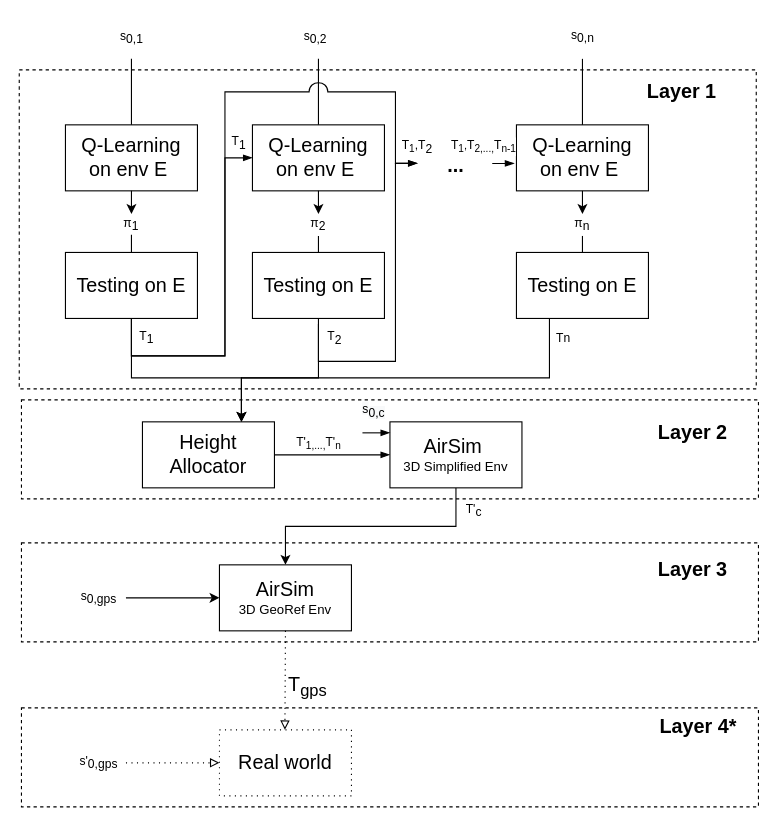
The draw.io diagram docs/schemas/Architecture.drawio in GiuppoUni/MALRL, before the edit. Source tidied: cells renumbered, new cells numbered last; positions are measured from the earlier drawing's top-left corner, leaving out a move shared by most shapes. Both pictures are drawn from the tidied source at 110%, with x=0, y=0 at pixel (19, 25).
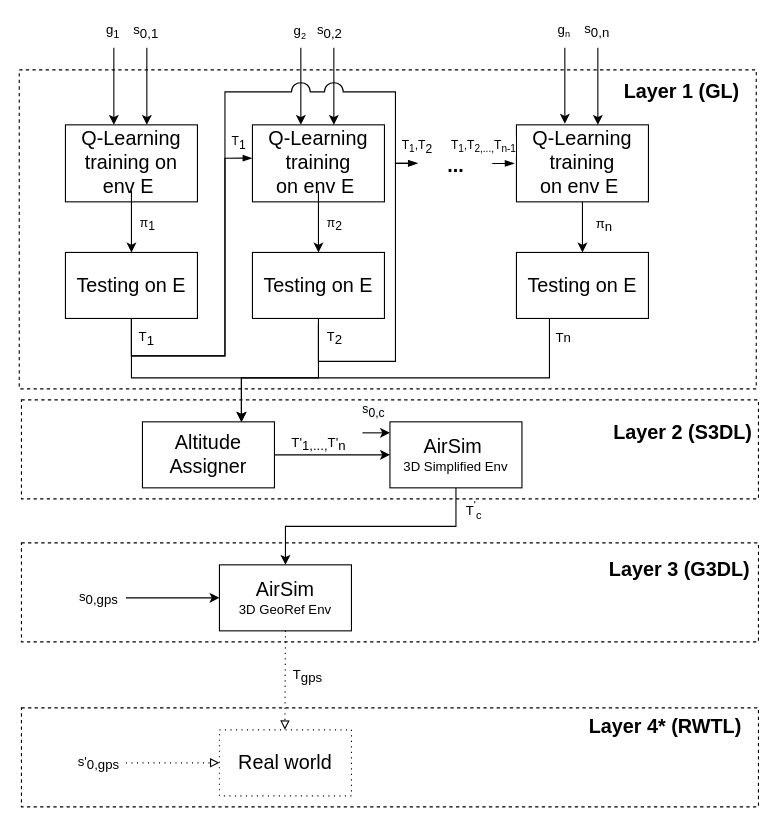
After the change.

The change refers to these unchanged cells:
```xml
<mxCell id="17" style="edgeStyle=orthogonalEdgeStyle;rounded=0;jettySize=auto;html=1;exitX=0.5;exitY=1;exitDx=0;exitDy=0;entryX=0.5;entryY=0;entryDx=0;entryDy=0;startArrow=none;startFill=0;" parent="1" edge="1" source="50" target="35">
  <mxGeometry relative="1" as="geometry" />
</mxCell>
<mxCell id="25" value="&lt;span style=&quot;font-size: 18px&quot;&gt;Testing on E&lt;/span&gt;" style="rounded=0;whiteSpace=wrap;html=1;" parent="1" vertex="1">
  <mxGeometry x="42" y="206" width="120" height="60" as="geometry" />
</mxCell>
<mxCell id="28" value="&lt;span style=&quot;font-size: 18px&quot;&gt;Testing on E&lt;/span&gt;" style="rounded=0;whiteSpace=wrap;html=1;" parent="1" vertex="1">
  <mxGeometry x="212" y="206" width="120" height="60" as="geometry" />
</mxCell>
<mxCell id="30" value="&lt;span style=&quot;font-size: 18px&quot;&gt;Testing on E&lt;/span&gt;" style="rounded=0;whiteSpace=wrap;html=1;" parent="1" vertex="1">
  <mxGeometry x="452" y="206" width="120" height="60" as="geometry" />
</mxCell>
<mxCell id="42" style="edgeStyle=orthogonalEdgeStyle;rounded=0;jettySize=auto;html=1;exitX=0.5;exitY=1;exitDx=0;exitDy=0;entryX=0.5;entryY=0;entryDx=0;entryDy=0;startArrow=none;startFill=0;dashed=1;dashPattern=1 4;endArrow=block;endFill=0;" parent="1" edge="1" source="35">
  <mxGeometry relative="1" as="geometry">
    <mxPoint x="241.5" y="640" as="targetPoint" />
  </mxGeometry>
</mxCell>
<mxCell id="50" value="&lt;span style=&quot;font-size: 18px&quot;&gt;AirSim&amp;nbsp;&lt;br&gt;&lt;/span&gt;3D Simplified Env" style="rounded=0;whiteSpace=wrap;html=1;" parent="1" vertex="1">
  <mxGeometry x="337" y="360" width="120" height="60" as="geometry" />
</mxCell>
<mxCell id="51" value="&lt;font style=&quot;font-size: 11px;&quot;&gt;T&lt;sub style=&quot;font-size: 11px;&quot;&gt;1&lt;/sub&gt;&lt;/font&gt;" style="text;html=1;align=center;verticalAlign=middle;whiteSpace=wrap;rounded=0;dashed=1;fontSize=11;" parent="1" vertex="1">
  <mxGeometry x="185" y="97" width="30" height="20" as="geometry" />
</mxCell>
```

The edit, as a diff of the source:
```diff
@@
+    <mxCell id="59" style="rounded=0;whiteSpace=wrap;html=1;dashed=1;fillColor=none;" parent="1" vertex="1">
+      <mxGeometry y="40" width="670" height="290" as="geometry" />
+    </mxCell>
+    <mxCell id="60" style="endArrow=none;html=1;startArrow=classic;startFill=1;endFill=0;endSize=26;" parent="1" edge="1">
+      <mxGeometry relative="1" as="geometry">
+        <mxPoint x="256" y="90" as="sourcePoint" />
+        <mxPoint x="256" y="20" as="targetPoint" />
+      </mxGeometry>
+    </mxCell>
+    <mxCell id="44" style="rounded=0;whiteSpace=wrap;html=1;dashed=1;fillColor=none;" parent="1" vertex="1">
+      <mxGeometry x="2" y="620" width="670" height="90" as="geometry" />
+    </mxCell>
+    <mxCell id="57" style="rounded=0;whiteSpace=wrap;html=1;dashed=1;fillColor=none;" parent="1" vertex="1">
+      <mxGeometry x="2" y="470" width="670" height="90" as="geometry" />
+    </mxCell>
+    <mxCell id="58" style="rounded=0;whiteSpace=wrap;html=1;dashed=1;fillColor=none;" parent="1" vertex="1">
+      <mxGeometry x="2" y="340" width="670" height="90" as="geometry" />
+    </mxCell>
-    <mxCell id="2" value="&lt;font style=&quot;font-size: 18px&quot;&gt;Q-Learning &lt;br&gt;on env E&amp;nbsp;&lt;/font&gt;" style="rounded=0;whiteSpace=wrap;html=1;" parent="1" vertex="1">
-      <mxGeometry x="42" y="90" width="120" height="60" as="geometry" />
+    <mxCell id="2" value="&lt;font style=&quot;font-size: 18px&quot;&gt;Q-Learning &lt;br&gt;training on env E&amp;nbsp;&lt;/font&gt;" style="rounded=0;whiteSpace=wrap;html=1;" parent="1" vertex="1">
+      <mxGeometry x="42" y="90" width="120" height="70" as="geometry" />
     </mxCell>
-    <mxCell id="3" style="endArrow=none;html=1;" parent="1" edge="1">
+    <mxCell id="3" style="endArrow=none;html=1;startArrow=classic;startFill=1;endFill=0;endSize=26;" parent="1" edge="1">
       <mxGeometry relative="1" as="geometry">
-        <mxPoint x="102" y="90" as="sourcePoint" />
-        <mxPoint x="102" y="30" as="targetPoint" />
+        <mxPoint x="116" y="90" as="sourcePoint" />
+        <mxPoint x="116" y="20" as="targetPoint" />
       </mxGeometry>
     </mxCell>
-    <mxCell id="4" style="endArrow=classic;html=1;" parent="1" edge="1" target="10">
+    <mxCell id="4" style="endArrow=classic;html=1;entryX=0.5;entryY=0;entryDx=0;entryDy=0;endFill=1;" parent="1" edge="1" target="25">
       <mxGeometry relative="1" as="geometry">
         <mxPoint x="102" y="150" as="sourcePoint" />
       </mxGeometry>
     </mxCell>
-    <mxCell id="5" value="&lt;span style=&quot;font-size: 11px;&quot;&gt;s&lt;sub style=&quot;font-size: 11px;&quot;&gt;0,1&lt;/sub&gt;&lt;/span&gt;" style="text;html=1;align=center;verticalAlign=middle;fontSize=11;" parent="1" vertex="1">
-      <mxGeometry x="82" y="1" width="40" height="20" as="geometry" />
+    <mxCell id="5" value="&lt;span style=&quot;font-size: 12px;&quot;&gt;s&lt;sub style=&quot;font-size: 12px;&quot;&gt;0,1&lt;/sub&gt;&lt;/span&gt;" style="text;html=1;align=center;verticalAlign=middle;fontSize=12;" parent="1" vertex="1">
+      <mxGeometry x="95" y="-5" width="40" height="20" as="geometry" />
     </mxCell>
+    <mxCell id="61" style="edgeStyle=orthogonalEdgeStyle;rounded=0;jettySize=auto;html=1;startArrow=none;startFill=0;fontSize=12;endArrow=classic;endFill=1;" parent="1" edge="1" source="6" target="30">
+      <mxGeometry relative="1" as="geometry" />
+    </mxCell>
-    <mxCell id="6" value="&lt;font style=&quot;font-size: 18px&quot;&gt;Q-Learning &lt;br&gt;on env E&amp;nbsp;&lt;/font&gt;" style="rounded=0;whiteSpace=wrap;html=1;" parent="1" vertex="1">
-      <mxGeometry x="452" y="90" width="120" height="60" as="geometry" />
+    <mxCell id="6" value="&lt;font style=&quot;font-size: 18px&quot;&gt;Q-Learning training&lt;br&gt;on env E&amp;nbsp;&lt;/font&gt;" style="rounded=0;whiteSpace=wrap;html=1;" parent="1" vertex="1">
+      <mxGeometry x="452" y="90" width="120" height="70" as="geometry" />
     </mxCell>
-    <mxCell id="7" style="endArrow=none;html=1;" parent="1" edge="1">
+    <mxCell id="7" style="endArrow=none;html=1;startArrow=classic;startFill=1;endFill=0;endSize=26;" parent="1" edge="1">
       <mxGeometry relative="1" as="geometry">
-        <mxPoint x="512" y="90" as="sourcePoint" />
-        <mxPoint x="512" y="30" as="targetPoint" />
+        <mxPoint x="526" y="90" as="sourcePoint" />
+        <mxPoint x="526" y="20" as="targetPoint" />
       </mxGeometry>
     </mxCell>
@@
-    <mxCell id="9" value="&lt;span style=&quot;font-size: 11px;&quot;&gt;s&lt;sub style=&quot;font-size: 11px;&quot;&gt;0,n&lt;/sub&gt;&lt;/span&gt;" style="text;html=1;align=center;verticalAlign=middle;fontSize=11;" parent="1" vertex="1">
-      <mxGeometry x="492" width="40" height="20" as="geometry" />
+    <mxCell id="9" value="&lt;span style=&quot;font-size: 12px;&quot;&gt;s&lt;sub style=&quot;font-size: 12px;&quot;&gt;0,n&lt;/sub&gt;&lt;/span&gt;" style="text;html=1;align=center;verticalAlign=middle;fontSize=12;" parent="1" vertex="1">
+      <mxGeometry x="505" y="-6" width="40" height="20" as="geometry" />
     </mxCell>
     <mxCell id="10" value="&lt;span style=&quot;font-size: 11px; background-color: rgb(255, 255, 255);&quot;&gt;π&lt;sub style=&quot;font-size: 11px;&quot;&gt;1&lt;/sub&gt;&lt;/span&gt;" style="text;html=1;strokeColor=none;fillColor=none;align=center;verticalAlign=middle;whiteSpace=wrap;rounded=0;fontSize=11;" parent="1" vertex="1">
-      <mxGeometry x="82" y="171" width="40" height="20" as="geometry" />
+      <mxGeometry x="97" y="171" width="40" height="20" as="geometry" />
     </mxCell>
-    <mxCell id="11" value="&lt;font style=&quot;font-size: 18px&quot;&gt;Q-Learning &lt;br&gt;on env E&amp;nbsp;&lt;/font&gt;" style="rounded=0;whiteSpace=wrap;html=1;" parent="1" vertex="1">
-      <mxGeometry x="212" y="90" width="120" height="60" as="geometry" />
+    <mxCell id="11" value="&lt;font style=&quot;font-size: 18px&quot;&gt;Q-Learning training&lt;br&gt;on env E&amp;nbsp;&lt;/font&gt;" style="rounded=0;whiteSpace=wrap;html=1;" parent="1" vertex="1">
+      <mxGeometry x="212" y="90" width="120" height="70" as="geometry" />
     </mxCell>
-    <mxCell id="12" style="endArrow=none;html=1;entryX=0.5;entryY=1.133;entryDx=0;entryDy=0;entryPerimeter=0;" parent="1" edge="1">
+    <mxCell id="12" style="endArrow=none;html=1;startArrow=classic;startFill=1;endFill=0;endSize=26;" parent="1" edge="1">
       <mxGeometry relative="1" as="geometry">
-        <mxPoint x="272" y="90" as="sourcePoint" />
-        <mxPoint x="272" y="30" as="targetPoint" />
+        <mxPoint x="286" y="90" as="sourcePoint" />
+        <mxPoint x="286" y="20" as="targetPoint" />
       </mxGeometry>
     </mxCell>
-    <mxCell id="13" style="endArrow=classic;html=1;entryX=0.5;entryY=0;entryDx=0;entryDy=0;" parent="1" edge="1" target="15">
+    <mxCell id="13" style="endArrow=classic;html=1;endFill=1;" parent="1" edge="1" target="28">
       <mxGeometry relative="1" as="geometry">
         <mxPoint x="272" y="150" as="sourcePoint" />
       </mxGeometry>
     </mxCell>
-    <mxCell id="14" value="&lt;span style=&quot;font-size: 11px;&quot;&gt;s&lt;sub style=&quot;font-size: 11px;&quot;&gt;0,2&lt;/sub&gt;&lt;/span&gt;" style="text;html=1;align=center;verticalAlign=middle;fontSize=11;" parent="1" vertex="1">
-      <mxGeometry x="249" y="1" width="40" height="20" as="geometry" />
+    <mxCell id="14" value="&lt;span style=&quot;font-size: 12px;&quot;&gt;s&lt;sub style=&quot;font-size: 12px;&quot;&gt;0,2&lt;/sub&gt;&lt;/span&gt;" style="text;html=1;align=center;verticalAlign=middle;fontSize=12;" parent="1" vertex="1">
+      <mxGeometry x="262" y="-5" width="40" height="20" as="geometry" />
     </mxCell>
     <mxCell id="15" value="&lt;span style=&quot;font-size: 11px; background-color: rgb(255, 255, 255);&quot;&gt;π&lt;/span&gt;&lt;span style=&quot;background-color: rgb(255, 255, 255); font-size: 11px;&quot;&gt;&lt;sub style=&quot;font-size: 11px;&quot;&gt;2&lt;/sub&gt;&lt;/span&gt;" style="text;html=1;strokeColor=none;fillColor=none;align=center;verticalAlign=middle;whiteSpace=wrap;rounded=0;fontSize=11;" parent="1" vertex="1">
-      <mxGeometry x="252" y="171" width="40" height="20" as="geometry" />
+      <mxGeometry x="267" y="171" width="40" height="20" as="geometry" />
     </mxCell>
-    <mxCell id="16" value="&lt;font style=&quot;font-size: 18px&quot;&gt;&lt;b&gt;Layer 1&lt;/b&gt;&lt;/font&gt;" style="text;html=1;align=center;verticalAlign=middle;" parent="1" vertex="1">
-      <mxGeometry x="562" y="50" width="80" height="20" as="geometry" />
+    <mxCell id="16" value="&lt;font style=&quot;font-size: 18px&quot;&gt;&lt;b&gt;Layer 1 (GL)&lt;/b&gt;&lt;/font&gt;" style="text;html=1;align=center;verticalAlign=middle;" parent="1" vertex="1">
+      <mxGeometry x="542" y="50" width="120" height="20" as="geometry" />
     </mxCell>
@@
-    <mxCell id="18" value="&lt;font style=&quot;font-size: 11px;&quot;&gt;T'&lt;sub style=&quot;font-size: 11px;&quot;&gt;c&lt;/sub&gt;&lt;/font&gt;" style="edgeLabel;html=1;align=center;verticalAlign=middle;labelBackgroundColor=none;fontSize=11;" parent="17" vertex="1">
+    <mxCell id="18" value="T&lt;sup&gt;'&lt;/sup&gt;&lt;sub&gt;c&lt;/sub&gt;" style="edgeLabel;html=1;align=center;verticalAlign=middle;labelBackgroundColor=none;fontSize=12;" parent="17" vertex="1">
       <mxGeometry x="-0.26" y="5" relative="1" as="geometry">
         <mxPoint x="63.4" y="-20" as="offset" />
       </mxGeometry>
     </mxCell>
-    <mxCell id="19" value="T'&lt;sub&gt;1,...,&lt;/sub&gt;T'&lt;sub&gt;n&lt;/sub&gt;" style="edgeStyle=orthogonalEdgeStyle;rounded=0;jumpStyle=arc;jumpSize=17;jettySize=auto;html=1;exitX=1;exitY=0.5;exitDx=0;exitDy=0;endArrow=blockThin;endFill=1;fontColor=#000000;entryX=0;entryY=0.5;entryDx=0;entryDy=0;" parent="1" edge="1" source="20" target="50">
+    <mxCell id="19" value="T'&lt;sub style=&quot;font-size: 12px;&quot;&gt;1,...,&lt;/sub&gt;T'&lt;sub style=&quot;font-size: 12px;&quot;&gt;n&lt;/sub&gt;" style="edgeStyle=orthogonalEdgeStyle;rounded=0;jumpStyle=arc;jumpSize=17;jettySize=auto;html=1;exitX=1;exitY=0.5;exitDx=0;exitDy=0;endArrow=classic;endFill=1;fontColor=#000000;entryX=0;entryY=0.5;entryDx=0;entryDy=0;fontSize=12;" parent="1" edge="1" source="20" target="50">
       <mxGeometry x="-0.24" y="10" relative="1" as="geometry" />
     </mxCell>
-    <mxCell id="20" value="&lt;span style=&quot;font-size: 18px&quot;&gt;Height Allocator&lt;/span&gt;" style="rounded=0;whiteSpace=wrap;html=1;" parent="1" vertex="1">
+    <mxCell id="20" value="&lt;span style=&quot;font-size: 18px&quot;&gt;Altitude Assigner&lt;/span&gt;" style="rounded=0;whiteSpace=wrap;html=1;" parent="1" vertex="1">
       <mxGeometry x="112" y="360" width="120" height="60" as="geometry" />
     </mxCell>
-    <mxCell id="21" style="endArrow=classic;html=1;" parent="1" edge="1" target="22">
-      <mxGeometry relative="1" as="geometry">
-        <mxPoint x="512" y="150" as="sourcePoint" />
-      </mxGeometry>
-    </mxCell>
-    <mxCell id="22" value="&lt;span style=&quot;font-size: 11px; background-color: rgb(255, 255, 255);&quot;&gt;π&lt;sub style=&quot;font-size: 11px;&quot;&gt;n&lt;/sub&gt;&lt;/span&gt;" style="text;html=1;strokeColor=none;fillColor=none;align=center;verticalAlign=middle;whiteSpace=wrap;rounded=0;fontSize=11;" parent="1" vertex="1">
-      <mxGeometry x="492" y="171" width="40" height="20" as="geometry" />
+    <mxCell id="22" value="&lt;span style=&quot;font-size: 12px; background-color: rgb(255, 255, 255);&quot;&gt;π&lt;sub style=&quot;font-size: 12px;&quot;&gt;n&lt;/sub&gt;&lt;/span&gt;" style="text;html=1;strokeColor=none;fillColor=none;align=center;verticalAlign=middle;whiteSpace=wrap;rounded=0;fontSize=12;" parent="1" vertex="1">
+      <mxGeometry x="512" y="171" width="40" height="20" as="geometry" />
     </mxCell>
-    <mxCell id="23" style="edgeStyle=orthogonalEdgeStyle;rounded=0;jettySize=auto;html=1;exitX=0.5;exitY=1;exitDx=0;exitDy=0;entryX=0;entryY=0.5;entryDx=0;entryDy=0;endArrow=blockThin;endFill=1;" parent="1" edge="1" source="25" target="11">
+    <mxCell id="23" style="edgeStyle=orthogonalEdgeStyle;rounded=0;jettySize=auto;html=1;exitX=0.5;exitY=1;exitDx=0;exitDy=0;entryX=0.889;entryY=1.164;entryDx=0;entryDy=0;endArrow=blockThin;endFill=1;entryPerimeter=0;" parent="1" edge="1" source="25" target="51">
       <mxGeometry relative="1" as="geometry">
         <Array as="points">
           <mxPoint x="102" y="300" />
           <mxPoint x="187" y="300" />
           <mxPoint x="187" y="120" />
         </Array>
       </mxGeometry>
     </mxCell>
@@
-    <mxCell id="31" style="endArrow=none;html=1;exitX=0.5;exitY=0;exitDx=0;exitDy=0;" parent="1" edge="1" source="25">
-      <mxGeometry relative="1" as="geometry">
-        <mxPoint x="102" y="190" as="targetPoint" />
-      </mxGeometry>
-    </mxCell>
-    <mxCell id="32" style="endArrow=none;html=1;exitX=0.5;exitY=0;exitDx=0;exitDy=0;" parent="1" edge="1" source="28">
-      <mxGeometry relative="1" as="geometry">
-        <mxPoint x="272" y="191" as="targetPoint" />
-      </mxGeometry>
-    </mxCell>
-    <mxCell id="33" style="endArrow=none;html=1;entryX=0.5;entryY=1;entryDx=0;entryDy=0;exitX=0.5;exitY=0;exitDx=0;exitDy=0;" parent="1" edge="1" source="30" target="22">
-      <mxGeometry relative="1" as="geometry" />
-    </mxCell>
@@
-    <mxCell id="37" value="&lt;span style=&quot;font-size: 11px;&quot;&gt;s&lt;sub style=&quot;font-size: 11px;&quot;&gt;0,gps&lt;/sub&gt;&lt;/span&gt;" style="text;html=1;align=center;verticalAlign=middle;points=[];fontSize=11;" parent="1" vertex="1">
+    <mxCell id="37" value="&lt;span style=&quot;font-size: 12px;&quot;&gt;s&lt;sub style=&quot;font-size: 12px;&quot;&gt;0,gps&lt;/sub&gt;&lt;/span&gt;" style="text;html=1;align=center;verticalAlign=middle;points=[];fontSize=12;" parent="1" vertex="1">
       <mxGeometry x="47" y="510" width="50" height="20" as="geometry" />
     </mxCell>
-    <mxCell id="38" value="&lt;font style=&quot;font-size: 11px;&quot;&gt;T&lt;/font&gt;&lt;font style=&quot;font-size: 11px;&quot;&gt;n&lt;/font&gt;" style="text;html=1;align=center;verticalAlign=middle;whiteSpace=wrap;rounded=0;dashed=1;fontSize=11;" parent="1" vertex="1">
+    <mxCell id="38" value="&lt;font style=&quot;font-size: 12px;&quot;&gt;T&lt;/font&gt;&lt;font style=&quot;font-size: 12px;&quot;&gt;n&lt;/font&gt;" style="text;html=1;align=center;verticalAlign=middle;whiteSpace=wrap;rounded=0;dashed=1;fontSize=12;" parent="1" vertex="1">
       <mxGeometry x="475" y="274" width="40" height="20" as="geometry" />
     </mxCell>
@@
-    <mxCell id="41" value="&lt;span style=&quot;font-size: 11px;&quot;&gt;s'&lt;sub style=&quot;font-size: 11px;&quot;&gt;0,gps&lt;/sub&gt;&lt;/span&gt;" style="text;html=1;align=center;verticalAlign=middle;points=[];dashed=1;fontSize=11;" parent="1" vertex="1">
+    <mxCell id="41" value="&lt;span style=&quot;font-size: 12px;&quot;&gt;s'&lt;sub style=&quot;font-size: 12px;&quot;&gt;0,gps&lt;/sub&gt;&lt;/span&gt;" style="text;html=1;align=center;verticalAlign=middle;points=[];dashed=1;fontSize=12;" parent="1" vertex="1">
       <mxGeometry x="47" y="660" width="50" height="20" as="geometry" />
     </mxCell>
@@
-    <mxCell id="43" value="&lt;span style=&quot;font-size: 18px&quot;&gt;T&lt;sub&gt;gps&lt;/sub&gt;&lt;/span&gt;" style="edgeLabel;html=1;align=center;verticalAlign=middle;labelBackgroundColor=none;" parent="42" vertex="1">
+    <mxCell id="43" value="&lt;span style=&quot;font-size: 12px&quot;&gt;T&lt;sub style=&quot;font-size: 12px&quot;&gt;gps&lt;/sub&gt;&lt;/span&gt;" style="edgeLabel;html=1;align=center;verticalAlign=middle;labelBackgroundColor=none;fontSize=12;" parent="42" vertex="1">
       <mxGeometry x="-0.26" y="5" relative="1" as="geometry">
-        <mxPoint x="15" y="17" as="offset" />
+        <mxPoint x="15" y="7" as="offset" />
       </mxGeometry>
     </mxCell>
-    <mxCell id="44" style="rounded=0;whiteSpace=wrap;html=1;dashed=1;fillColor=none;" parent="1" vertex="1">
-      <mxGeometry x="2" y="620" width="670" height="90" as="geometry" />
-    </mxCell>
-    <mxCell id="45" value="&lt;font style=&quot;font-size: 18px&quot;&gt;&lt;b&gt;Layer 2&lt;/b&gt;&lt;/font&gt;" style="text;html=1;align=center;verticalAlign=middle;" parent="1" vertex="1">
-      <mxGeometry x="572" y="360" width="80" height="20" as="geometry" />
+    <mxCell id="45" value="&lt;font style=&quot;font-size: 18px&quot;&gt;&lt;b&gt;Layer 2 (S3DL)&lt;/b&gt;&lt;/font&gt;" style="text;html=1;align=center;verticalAlign=middle;" parent="1" vertex="1">
+      <mxGeometry x="533" y="360" width="140" height="20" as="geometry" />
     </mxCell>
-    <mxCell id="46" value="&lt;font style=&quot;font-size: 18px&quot;&gt;&lt;b&gt;Layer 3&lt;/b&gt;&lt;/font&gt;" style="text;html=1;align=center;verticalAlign=middle;" parent="1" vertex="1">
-      <mxGeometry x="572" y="485" width="80" height="20" as="geometry" />
+    <mxCell id="46" value="&lt;font style=&quot;font-size: 18px&quot;&gt;&lt;b&gt;Layer 3 (G3DL)&lt;/b&gt;&lt;/font&gt;" style="text;html=1;align=center;verticalAlign=middle;" parent="1" vertex="1">
+      <mxGeometry x="530" y="485" width="140" height="20" as="geometry" />
     </mxCell>
-    <mxCell id="47" value="&lt;font style=&quot;font-size: 18px&quot;&gt;&lt;b&gt;Layer 4*&lt;/b&gt;&lt;/font&gt;" style="text;html=1;align=center;verticalAlign=middle;" parent="1" vertex="1">
-      <mxGeometry x="572" y="627" width="90" height="20" as="geometry" />
+    <mxCell id="47" value="&lt;font style=&quot;font-size: 18px&quot;&gt;&lt;b&gt;Layer 4* (RWTL)&lt;/b&gt;&lt;/font&gt;" style="text;html=1;align=center;verticalAlign=middle;" parent="1" vertex="1">
+      <mxGeometry x="512" y="627" width="150" height="20" as="geometry" />
     </mxCell>
@@
-    <mxCell id="53" value="&lt;font style=&quot;font-size: 11px;&quot;&gt;T&lt;sub style=&quot;font-size: 11px;&quot;&gt;1&lt;/sub&gt;&lt;/font&gt;" style="text;html=1;align=center;verticalAlign=middle;whiteSpace=wrap;rounded=0;dashed=1;fontSize=11;" parent="1" vertex="1">
+    <mxCell id="53" value="&lt;font style=&quot;font-size: 12px;&quot;&gt;T&lt;sub style=&quot;font-size: 12px;&quot;&gt;1&lt;/sub&gt;&lt;/font&gt;" style="text;html=1;align=center;verticalAlign=middle;whiteSpace=wrap;rounded=0;dashed=1;fontSize=12;" parent="1" vertex="1">
       <mxGeometry x="96" y="274" width="40" height="20" as="geometry" />
     </mxCell>
-    <mxCell id="54" value="&lt;font style=&quot;font-size: 11px;&quot;&gt;&lt;span style=&quot;background-color: rgb(255, 255, 255); font-size: 11px;&quot;&gt;T&lt;/span&gt;&lt;sub style=&quot;background-color: rgb(255, 255, 255); font-size: 11px;&quot;&gt;2&lt;/sub&gt;&lt;/font&gt;" style="text;html=1;strokeColor=none;fillColor=none;align=center;verticalAlign=middle;whiteSpace=wrap;rounded=0;dashed=1;fontSize=11;" parent="1" vertex="1">
+    <mxCell id="54" value="&lt;font style=&quot;font-size: 12px;&quot;&gt;&lt;span style=&quot;background-color: rgb(255, 255, 255); font-size: 12px;&quot;&gt;T&lt;/span&gt;&lt;sub style=&quot;background-color: rgb(255, 255, 255); font-size: 12px;&quot;&gt;2&lt;/sub&gt;&lt;/font&gt;" style="text;html=1;strokeColor=none;fillColor=none;align=center;verticalAlign=middle;whiteSpace=wrap;rounded=0;dashed=1;fontSize=12;" parent="1" vertex="1">
       <mxGeometry x="267" y="274" width="40" height="20" as="geometry" />
     </mxCell>
@@
-    <mxCell id="56" value="&lt;span style=&quot;background-color: rgb(248 , 249 , 250)&quot;&gt;s&lt;/span&gt;&lt;sub style=&quot;background-color: rgb(248 , 249 , 250) ; font-size: 11px&quot;&gt;0,c&lt;/sub&gt;" style="edgeStyle=orthogonalEdgeStyle;rounded=0;jumpStyle=arc;jumpSize=17;orthogonalLoop=1;jettySize=auto;html=1;endArrow=blockThin;endFill=1;fontColor=#000000;entryX=0;entryY=0.5;entryDx=0;entryDy=0;" parent="1" edge="1">
+    <mxCell id="56" value="&lt;span style=&quot;background-color: rgb(248 , 249 , 250)&quot;&gt;s&lt;/span&gt;&lt;sub style=&quot;background-color: rgb(248 , 249 , 250) ; font-size: 11px&quot;&gt;0,c&lt;/sub&gt;" style="edgeStyle=orthogonalEdgeStyle;rounded=0;jumpStyle=arc;jumpSize=17;orthogonalLoop=1;jettySize=auto;html=1;endArrow=classic;endFill=1;fontColor=#000000;entryX=0;entryY=0.5;entryDx=0;entryDy=0;" parent="1" edge="1">
       <mxGeometry x="-0.2" y="20" relative="1" as="geometry">
         <mxPoint x="312" y="370" as="sourcePoint" />
         <mxPoint x="337" y="370" as="targetPoint" />
       </mxGeometry>
     </mxCell>
-    <mxCell id="57" style="rounded=0;whiteSpace=wrap;html=1;dashed=1;fillColor=none;" parent="1" vertex="1">
-      <mxGeometry x="2" y="470" width="670" height="90" as="geometry" />
-    </mxCell>
-    <mxCell id="58" style="rounded=0;whiteSpace=wrap;html=1;dashed=1;fillColor=none;" parent="1" vertex="1">
-      <mxGeometry x="2" y="340" width="670" height="90" as="geometry" />
-    </mxCell>
-    <mxCell id="59" style="rounded=0;whiteSpace=wrap;html=1;dashed=1;fillColor=none;" parent="1" vertex="1">
-      <mxGeometry y="40" width="670" height="290" as="geometry" />
-    </mxCell>
+    <mxCell id="62" style="endArrow=none;html=1;startArrow=classic;startFill=1;endFill=0;endSize=26;" parent="1" edge="1">
+      <mxGeometry relative="1" as="geometry">
+        <mxPoint x="86" y="90" as="sourcePoint" />
+        <mxPoint x="86" y="20" as="targetPoint" />
+      </mxGeometry>
+    </mxCell>
+    <mxCell id="63" value="g&lt;sub&gt;1&lt;/sub&gt;" style="text;html=1;align=center;verticalAlign=middle;fontSize=12;" parent="1" vertex="1">
+      <mxGeometry x="70" y="-5" width="30" height="20" as="geometry" />
+    </mxCell>
+    <mxCell id="64" value="g&lt;span style=&quot;font-size: 10px&quot;&gt;&lt;sub&gt;2&lt;/sub&gt;&lt;/span&gt;" style="text;html=1;align=center;verticalAlign=middle;fontSize=12;" parent="1" vertex="1">
+      <mxGeometry x="240" y="-5" width="30" height="20" as="geometry" />
+    </mxCell>
+    <mxCell id="65" style="endArrow=none;html=1;startArrow=classic;startFill=1;endFill=0;endSize=26;" parent="1" edge="1">
+      <mxGeometry relative="1" as="geometry">
+        <mxPoint x="496" y="89" as="sourcePoint" />
+        <mxPoint x="496" y="20" as="targetPoint" />
+      </mxGeometry>
+    </mxCell>
+    <mxCell id="66" value="g&lt;span style=&quot;font-size: 10px&quot;&gt;&lt;sub&gt;n&lt;/sub&gt;&lt;/span&gt;" style="text;html=1;align=center;verticalAlign=middle;fontSize=12;" parent="1" vertex="1">
+      <mxGeometry x="480" y="-6" width="30" height="20" as="geometry" />
+    </mxCell>
```
